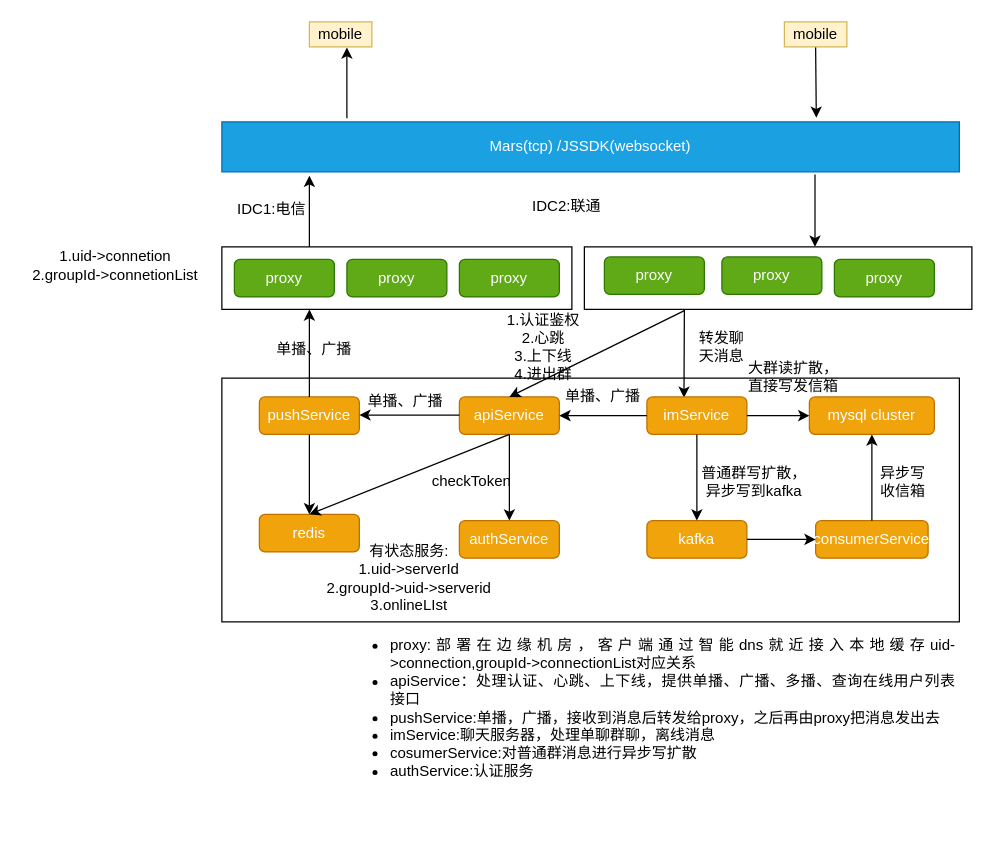
This is arch/im/arch.drawio from zhangchuhu/drawio, a draw.io file, before an edit. Source tidied: cells renumbered, new cells numbered last; positions are measured from the earlier drawing's top-left corner, leaving out a move shared by most shapes. Both pictures are drawn from the tidied source at 125%, with x=0, y=0 at pixel (21, 21).
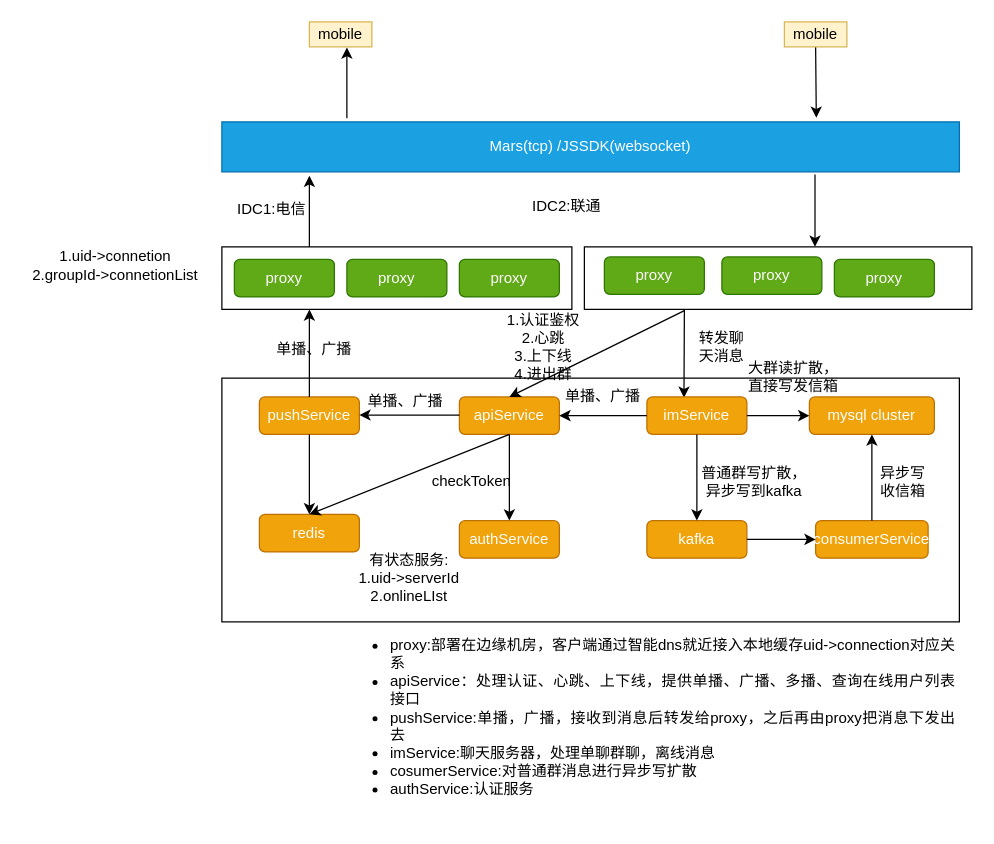
The same page after the edit.

Change to the diagram source:
```diff
@@
-    <mxCell id="50" value="&lt;div style=&quot;text-align: justify&quot;&gt;&lt;ul&gt;&lt;li&gt;&lt;span style=&quot;font-weight: normal&quot;&gt;&lt;font style=&quot;font-size: 12px&quot;&gt;proxy:部署在边缘机房，客户端通过智能dns就近接入本地缓存uid-&amp;gt;connection,groupId-&amp;gt;connectionList对应关系&lt;/font&gt;&lt;/span&gt;&lt;/li&gt;&lt;li&gt;&lt;span&gt;apiService：处理认证、心跳、上下线，提供单播、广播、多播、查询在线用户列表接口&lt;/span&gt;&lt;/li&gt;&lt;li&gt;&lt;span&gt;pushService:单播，广播，接收到消息后转发给proxy，之后再由proxy把消息发出去&lt;/span&gt;&lt;/li&gt;&lt;li&gt;imService:聊天服务器，处理单聊群聊，离线消息&lt;/li&gt;&lt;li&gt;cosumerService:对普通群消息进行异步写扩散&lt;/li&gt;&lt;li&gt;&lt;span&gt;authService:认证服务&lt;/span&gt;&lt;/li&gt;&lt;/ul&gt;&lt;/div&gt;&lt;div style=&quot;text-align: justify&quot;&gt;&lt;span style=&quot;font-weight: normal&quot;&gt;&lt;font style=&quot;font-size: 12px&quot;&gt;&lt;br&gt;&lt;/font&gt;&lt;/span&gt;&lt;/div&gt;" style="text;html=1;strokeColor=none;fillColor=none;spacing=5;spacingTop=-20;whiteSpace=wrap;overflow=hidden;rounded=0;" parent="1" vertex="1">
+    <mxCell id="50" value="&lt;div style=&quot;text-align: justify&quot;&gt;&lt;ul&gt;&lt;li&gt;&lt;span style=&quot;font-weight: normal&quot;&gt;&lt;font style=&quot;font-size: 12px&quot;&gt;proxy:部署在边缘机房，客户端通过智能dns就近接入本地缓存uid-&amp;gt;connection对应关系&lt;/font&gt;&lt;/span&gt;&lt;/li&gt;&lt;li&gt;&lt;span&gt;apiService：处理认证、心跳、上下线，提供单播、广播、多播、查询在线用户列表接口&lt;/span&gt;&lt;/li&gt;&lt;li&gt;&lt;span&gt;pushService:单播，广播，接收到消息后转发给proxy，之后再由proxy把消息下发出去&lt;/span&gt;&lt;/li&gt;&lt;li&gt;imService:聊天服务器，处理单聊群聊，离线消息&lt;/li&gt;&lt;li&gt;cosumerService:对普通群消息进行异步写扩散&lt;/li&gt;&lt;li&gt;&lt;span&gt;authService:认证服务&lt;/span&gt;&lt;/li&gt;&lt;/ul&gt;&lt;/div&gt;&lt;div style=&quot;text-align: justify&quot;&gt;&lt;span style=&quot;font-weight: normal&quot;&gt;&lt;font style=&quot;font-size: 12px&quot;&gt;&lt;br&gt;&lt;/font&gt;&lt;/span&gt;&lt;/div&gt;" style="text;html=1;strokeColor=none;fillColor=none;spacing=5;spacingTop=-20;whiteSpace=wrap;overflow=hidden;rounded=0;" parent="1" vertex="1">
       <mxGeometry x="250" y="490" width="500" height="150" as="geometry" />
     </mxCell>
@@
-    <mxCell id="53" value="有状态服务:&lt;br&gt;1.uid-&amp;gt;serverId&lt;br&gt;2.groupId-&amp;gt;uid-&amp;gt;serverid&lt;br&gt;3.onlineLIst" style="text;html=1;strokeColor=none;fillColor=none;align=center;verticalAlign=middle;whiteSpace=wrap;rounded=0;" parent="1" vertex="1">
+    <mxCell id="53" value="有状态服务:&lt;br&gt;1.uid-&amp;gt;serverId&lt;br&gt;2.onlineLIst" style="text;html=1;strokeColor=none;fillColor=none;align=center;verticalAlign=middle;whiteSpace=wrap;rounded=0;" parent="1" vertex="1">
       <mxGeometry x="210" y="420" width="200" height="50" as="geometry" />
     </mxCell>
```
